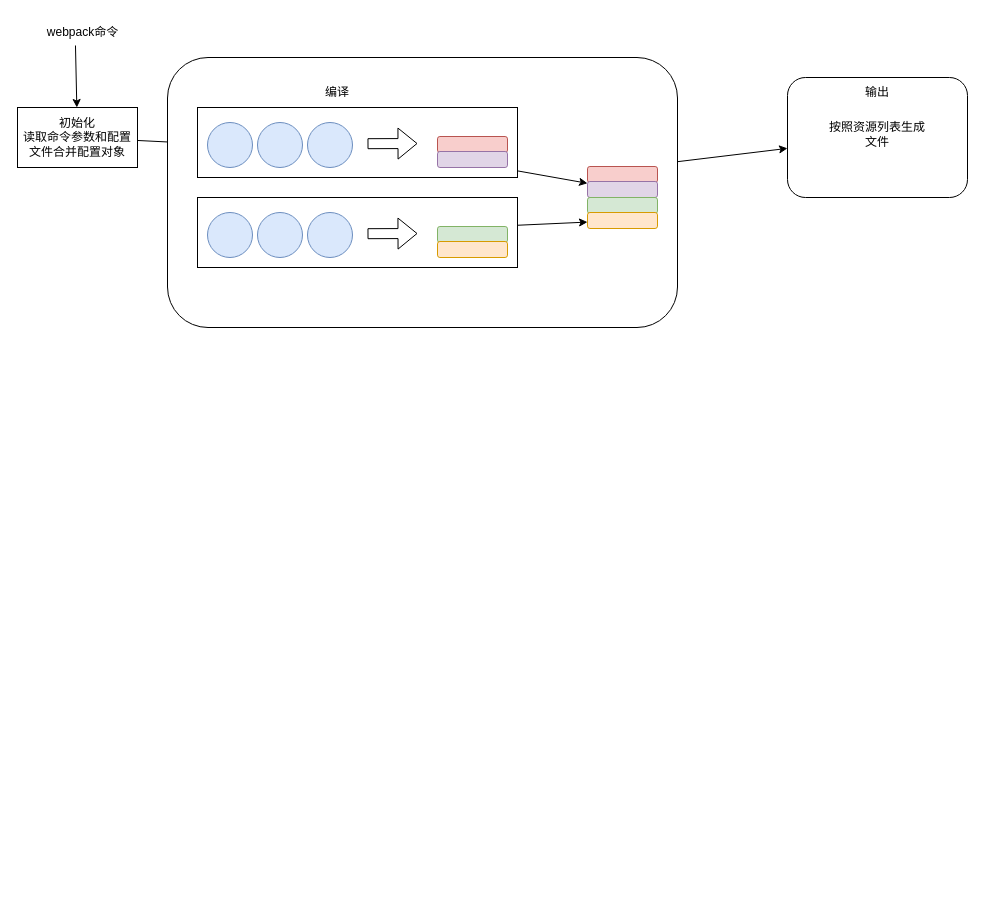
This is 1-8.编译过程/io.drawio from zqd123/webpack-study, a draw.io file, before an edit. Source tidied: cells renumbered, new cells numbered last; positions are measured from the earlier drawing's top-left corner, leaving out a move shared by most shapes. Both pictures are drawn from the tidied source at 100%, with x=0, y=0 at pixel (17, 17).
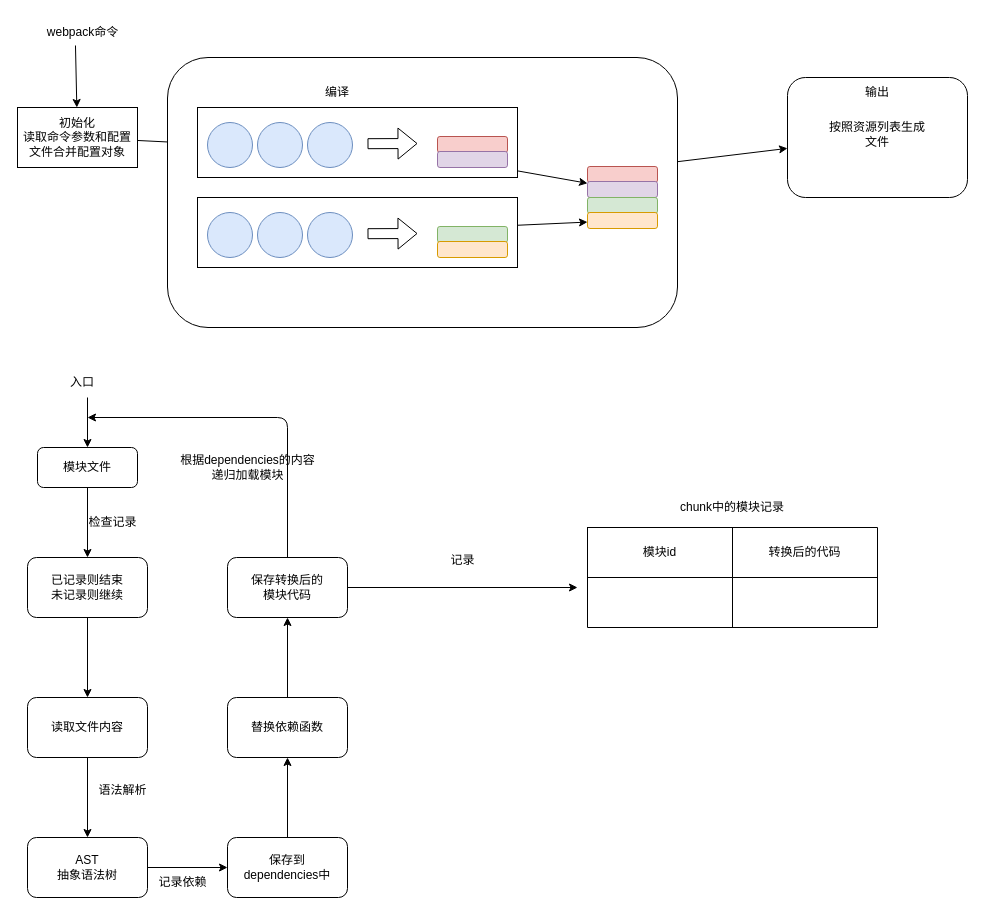
The same diagram, later.

Commit message (it also covers changes not shown here):
docs(compile-process): 更新编译过程说明和图表

Diff of the diagram source:
```diff
@@
+    <mxCell id="32" style="endArrow=classic;html=1;" parent="1" edge="1">
+      <mxGeometry relative="1" as="geometry">
+        <mxPoint x="70" y="380" as="sourcePoint" />
+        <mxPoint x="70" y="430" as="targetPoint" />
+      </mxGeometry>
+    </mxCell>
+    <mxCell id="33" value="入口" style="text;html=1;align=center;verticalAlign=middle;whiteSpace=wrap;rounded=0;" parent="1" vertex="1">
+      <mxGeometry x="35" y="350" width="60" height="30" as="geometry" />
+    </mxCell>
+    <mxCell id="34" style="edgeStyle=none;html=1;" parent="1" edge="1" source="35" target="45">
+      <mxGeometry relative="1" as="geometry" />
+    </mxCell>
+    <mxCell id="35" value="模块文件" style="rounded=1;whiteSpace=wrap;html=1;" parent="1" vertex="1">
+      <mxGeometry x="20" y="430" width="100" height="40" as="geometry" />
+    </mxCell>
+    <mxCell id="36" style="shape=table;startSize=0;childLayout=tableLayout;" parent="1" vertex="1">
+      <mxGeometry x="570" y="510" width="290" height="100" as="geometry" />
+    </mxCell>
+    <mxCell id="37" style="shape=tableRow;horizontal=0;startSize=0;swimlaneHead=0;swimlaneBody=0;strokeColor=inherit;top=0;left=0;bottom=0;right=0;fillColor=none;" parent="36" vertex="1">
+      <mxGeometry width="290" height="50" as="geometry" />
+    </mxCell>
+    <mxCell id="38" value="模块id" style="shape=partialRectangle;html=1;whiteSpace=wrap;strokeColor=inherit;overflow=hidden;fillColor=none;top=0;left=0;bottom=0;right=0;" parent="37" vertex="1">
+      <mxGeometry width="145" height="50" as="geometry" />
+    </mxCell>
+    <mxCell id="39" value="转换后的代码" style="shape=partialRectangle;html=1;whiteSpace=wrap;strokeColor=inherit;overflow=hidden;fillColor=none;top=0;left=0;bottom=0;right=0;" parent="37" vertex="1">
+      <mxGeometry x="145" width="145" height="50" as="geometry" />
+    </mxCell>
+    <mxCell id="40" style="shape=tableRow;horizontal=0;startSize=0;swimlaneHead=0;swimlaneBody=0;strokeColor=inherit;top=0;left=0;bottom=0;right=0;fillColor=none;" parent="36" vertex="1">
+      <mxGeometry y="50" width="290" height="50" as="geometry" />
+    </mxCell>
+    <mxCell id="41" style="shape=partialRectangle;html=1;whiteSpace=wrap;strokeColor=inherit;overflow=hidden;fillColor=none;top=0;left=0;bottom=0;right=0;" parent="40" vertex="1">
+      <mxGeometry width="145" height="50" as="geometry" />
+    </mxCell>
+    <mxCell id="42" style="shape=partialRectangle;html=1;whiteSpace=wrap;strokeColor=inherit;overflow=hidden;fillColor=none;top=0;left=0;bottom=0;right=0;" parent="40" vertex="1">
+      <mxGeometry x="145" width="145" height="50" as="geometry" />
+    </mxCell>
+    <mxCell id="43" value="chunk中的模块记录" style="text;html=1;align=center;verticalAlign=middle;whiteSpace=wrap;rounded=0;" parent="1" vertex="1">
+      <mxGeometry x="660" y="480" width="110" height="20" as="geometry" />
+    </mxCell>
+    <mxCell id="44" style="edgeStyle=none;html=1;" parent="1" edge="1" source="45" target="48">
+      <mxGeometry relative="1" as="geometry" />
+    </mxCell>
+    <mxCell id="45" value="已记录则结束&lt;div&gt;未记录则继续&lt;/div&gt;" style="whiteSpace=wrap;html=1;rounded=1;" parent="1" vertex="1">
+      <mxGeometry x="10" y="540" width="120" height="60" as="geometry" />
+    </mxCell>
+    <mxCell id="46" value="检查记录" style="text;html=1;align=center;verticalAlign=middle;strokeColor=none;fillColor=none;" parent="1" vertex="1">
+      <mxGeometry x="60" y="489.5" width="70" height="30" as="geometry" />
+    </mxCell>
+    <mxCell id="47" style="edgeStyle=none;html=1;" parent="1" edge="1" source="48" target="50">
+      <mxGeometry relative="1" as="geometry" />
+    </mxCell>
+    <mxCell id="48" value="读取文件内容" style="whiteSpace=wrap;html=1;rounded=1;" parent="1" vertex="1">
+      <mxGeometry x="10" y="680" width="120" height="60" as="geometry" />
+    </mxCell>
+    <mxCell id="49" style="edgeStyle=none;html=1;" parent="1" edge="1" source="50" target="53">
+      <mxGeometry relative="1" as="geometry" />
+    </mxCell>
+    <mxCell id="50" value="AST&lt;div&gt;抽象语法树&lt;/div&gt;" style="whiteSpace=wrap;html=1;rounded=1;" parent="1" vertex="1">
+      <mxGeometry x="10" y="820" width="120" height="60" as="geometry" />
+    </mxCell>
+    <mxCell id="51" value="语法解析" style="text;html=1;align=center;verticalAlign=middle;strokeColor=none;fillColor=none;" parent="1" vertex="1">
+      <mxGeometry x="70" y="758" width="70" height="30" as="geometry" />
+    </mxCell>
+    <mxCell id="52" style="edgeStyle=none;html=1;" parent="1" edge="1" source="53" target="56">
+      <mxGeometry relative="1" as="geometry" />
+    </mxCell>
+    <mxCell id="53" value="保存到&lt;div&gt;dependencies中&lt;/div&gt;" style="whiteSpace=wrap;html=1;rounded=1;" parent="1" vertex="1">
+      <mxGeometry x="210" y="820" width="120" height="60" as="geometry" />
+    </mxCell>
+    <mxCell id="54" value="记录依赖" style="text;html=1;align=center;verticalAlign=middle;strokeColor=none;fillColor=none;" parent="1" vertex="1">
+      <mxGeometry x="130" y="850" width="70" height="30" as="geometry" />
+    </mxCell>
+    <mxCell id="55" style="edgeStyle=none;html=1;" parent="1" edge="1" source="56" target="59">
+      <mxGeometry relative="1" as="geometry" />
+    </mxCell>
+    <mxCell id="56" value="替换依赖函数" style="whiteSpace=wrap;html=1;rounded=1;" parent="1" vertex="1">
+      <mxGeometry x="210" y="680" width="120" height="60" as="geometry" />
+    </mxCell>
+    <mxCell id="57" style="edgeStyle=none;html=1;" parent="1" edge="1" source="59">
+      <mxGeometry relative="1" as="geometry">
+        <mxPoint x="70" y="400" as="targetPoint" />
+        <Array as="points">
+          <mxPoint x="270" y="400" />
+        </Array>
+      </mxGeometry>
+    </mxCell>
+    <mxCell id="58" style="edgeStyle=none;html=1;" parent="1" edge="1" source="59">
+      <mxGeometry relative="1" as="geometry">
+        <mxPoint x="560" y="570" as="targetPoint" />
+      </mxGeometry>
+    </mxCell>
+    <mxCell id="59" value="保存转换后的&lt;div&gt;模块代码&lt;/div&gt;" style="whiteSpace=wrap;html=1;rounded=1;" parent="1" vertex="1">
+      <mxGeometry x="210" y="540" width="120" height="60" as="geometry" />
+    </mxCell>
+    <mxCell id="60" value="根据dependencies的内容&lt;div&gt;递归加载模块&lt;/div&gt;" style="text;html=1;align=center;verticalAlign=middle;strokeColor=none;fillColor=none;" parent="1" vertex="1">
+      <mxGeometry x="150" y="430" width="160" height="40" as="geometry" />
+    </mxCell>
+    <mxCell id="61" value="记录" style="text;html=1;align=center;verticalAlign=middle;strokeColor=none;fillColor=none;" parent="1" vertex="1">
+      <mxGeometry x="420" y="528" width="50" height="30" as="geometry" />
+    </mxCell>
```
